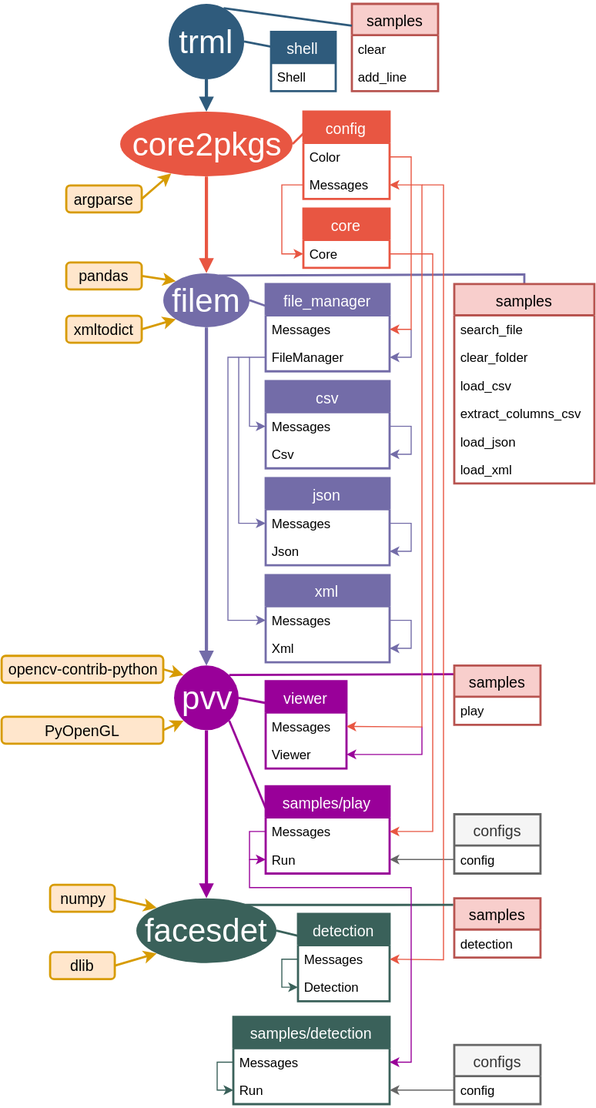
This is Package_tree.svg from DmitryRyumin/pkgs, a draw.io export, as it was before one commit. Source tidied: cells renumbered, new cells last; positions are measured from the earlier drawing's top-left corner, leaving out a move shared by most shapes.
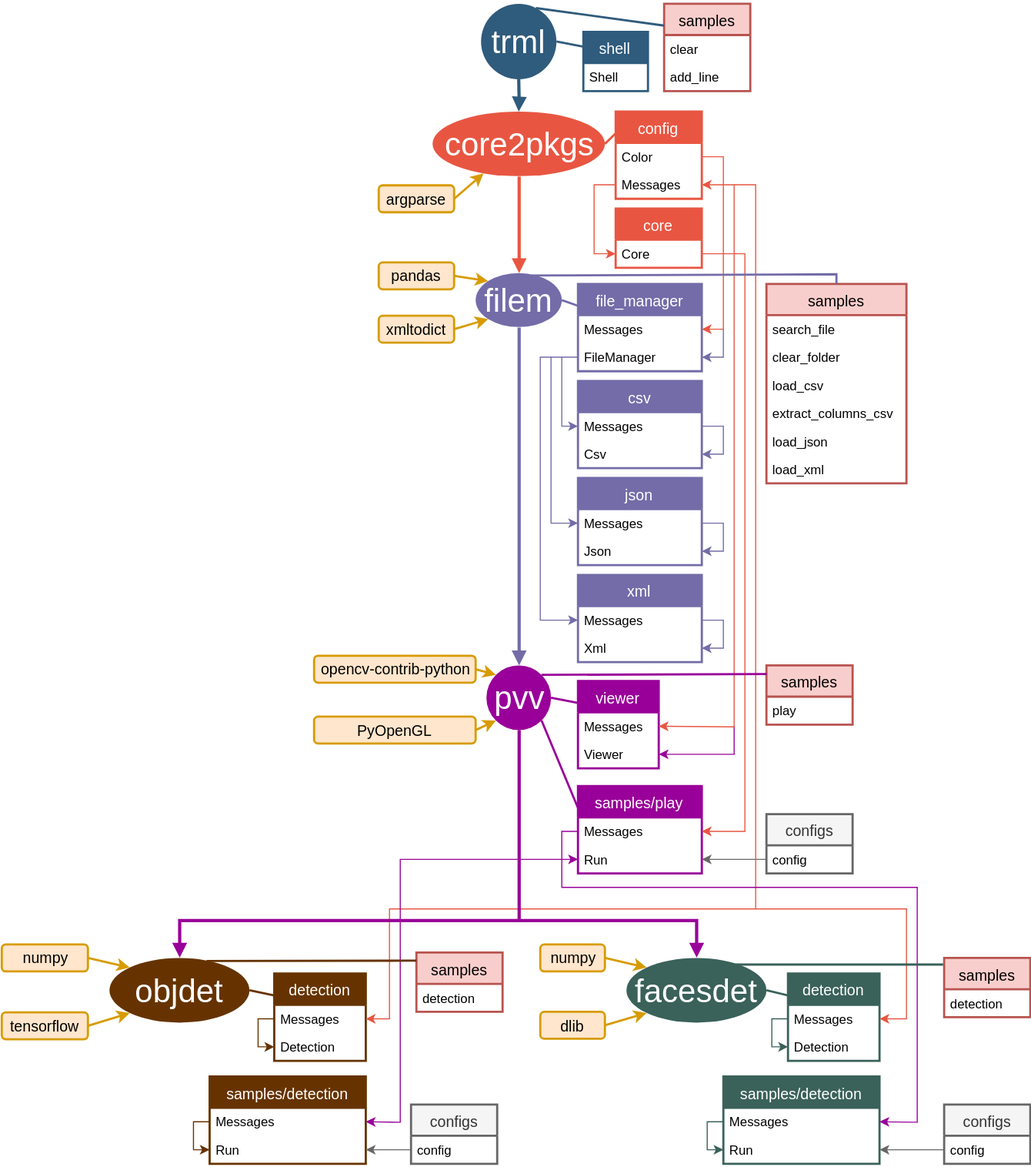
The same file after the commit.

What changed in the source:
```diff
@@ -2,16 +2,6 @@
   <root>
     <mxCell id="0" />
     <mxCell id="1" parent="0" />
-    <mxCell id="2" style="edgeStyle=none;endArrow=none;strokeWidth=2;strokeColor=#990099;html=1;entryX=1;entryY=0;entryDx=0;entryDy=0;exitX=0.003;exitY=0.146;exitDx=0;exitDy=0;rounded=1;exitPerimeter=0;" parent="1" edge="1" source="70" target="58">
-      <mxGeometry x="-579.5" y="19" as="geometry" />
-    </mxCell>
-    <mxCell id="3" style="edgeStyle=none;endArrow=none;strokeWidth=2;strokeColor=#736CA8;html=1;entryX=0.5;entryY=0;entryDx=0;entryDy=0;rounded=0;exitX=0.647;exitY=0.043;exitDx=0;exitDy=0;exitPerimeter=0;" parent="1" edge="1" source="23" target="48">
-      <mxGeometry x="-624.5" y="-85" as="geometry">
-        <Array as="points">
-          <mxPoint x="485" y="251" />
-        </Array>
-      </mxGeometry>
-    </mxCell>
     <mxCell id="4" style="edgeStyle=none;endArrow=none;strokeWidth=2;strokeColor=#2F5B7C;html=1;entryX=1;entryY=0.5;entryDx=0;entryDy=0;exitX=0;exitY=0.25;exitDx=0;exitDy=0;" parent="1" edge="1" source="8" target="6">
       <mxGeometry x="-644.5" y="-105" as="geometry" />
     </mxCell>
@@ -326,30 +316,22 @@
       </mxGeometry>
     </mxCell>
     <mxCell id="81" value="facesdet" style="ellipse;whiteSpace=wrap;html=1;shadow=0;fontFamily=Helvetica;fontSize=30;fontColor=#FFFFFF;align=center;strokeColor=none;strokeWidth=6;fillColor=#3A615A;fontStyle=0;gradientColor=none;" parent="1" vertex="1">
-      <mxGeometry x="125" y="830" width="130" height="60" as="geometry" />
+      <mxGeometry x="290" y="885.5" width="130" height="60" as="geometry" />
     </mxCell>
     <mxCell id="82" style="rounded=1;jettySize=auto;html=1;startSize=30;endArrow=classic;endFill=1;strokeColor=#D79B00;strokeWidth=2;fontSize=30;fontColor=#000000;exitX=1;exitY=0.5;exitDx=0;exitDy=0;entryX=0;entryY=0;entryDx=0;entryDy=0;" parent="1" edge="1" source="83" target="81">
       <mxGeometry relative="1" as="geometry" />
     </mxCell>
     <mxCell id="83" value="numpy" style="rounded=1;whiteSpace=wrap;html=1;shadow=0;glass=0;comic=0;strokeColor=#d79b00;strokeWidth=2;fillColor=#ffe6cc;fontSize=14;align=center;" parent="1" vertex="1">
-      <mxGeometry x="45" y="817.5" width="60" height="25" as="geometry" />
+      <mxGeometry x="210" y="873" width="60" height="25" as="geometry" />
     </mxCell>
     <mxCell id="84" style="rounded=1;jettySize=auto;html=1;startSize=30;endArrow=classic;endFill=1;strokeColor=#D79B00;strokeWidth=2;fontSize=30;fontColor=#000000;exitX=1;exitY=0.5;exitDx=0;exitDy=0;entryX=0;entryY=1;entryDx=0;entryDy=0;" parent="1" edge="1" source="85" target="81">
       <mxGeometry relative="1" as="geometry" />
     </mxCell>
     <mxCell id="85" value="dlib" style="rounded=1;whiteSpace=wrap;html=1;shadow=0;glass=0;comic=0;strokeColor=#d79b00;strokeWidth=2;fillColor=#ffe6cc;fontSize=14;align=center;" parent="1" vertex="1">
-      <mxGeometry x="45" y="880" width="60" height="25" as="geometry" />
+      <mxGeometry x="210" y="935.5" width="60" height="25" as="geometry" />
     </mxCell>
-    <mxCell id="86" style="edgeStyle=orthogonalEdgeStyle;rounded=0;jettySize=auto;html=1;startSize=30;strokeColor=#990099;strokeWidth=3;fontSize=30;fontColor=#000000;endArrow=block;endFill=1;exitX=0.5;exitY=1;exitDx=0;exitDy=0;entryX=0.5;entryY=0;entryDx=0;entryDy=0;" parent="1" edge="1" source="58" target="81">
-      <mxGeometry relative="1" as="geometry">
-        <Array as="points">
-          <mxPoint x="190" y="820" />
-          <mxPoint x="190" y="820" />
-        </Array>
-      </mxGeometry>
-    </mxCell>
     <mxCell id="87" value="detection" style="swimlane;fontStyle=0;horizontal=1;startSize=29;fillColor=#3A615A;swimlaneFillColor=#ffffff;align=center;fontSize=14;rounded=0;shadow=0;strokeWidth=2;fontColor=#FFFFFF;spacing=2;spacingTop=0;strokeColor=#3A615A;swimlaneLine=1;html=1;overflow=visible;" parent="1" vertex="1">
-      <mxGeometry x="275" y="844.5" width="85" height="81" as="geometry" />
+      <mxGeometry x="440" y="900" width="85" height="81" as="geometry" />
     </mxCell>
     <mxCell id="88" value="Messages" style="text;spacingLeft=4;spacingRight=4;overflow=hidden;points=[[0,0.5],[1,0.5]];portConstraint=eastwest;fontSize=12;perimeterSpacing=0;" parent="87" vertex="1">
       <mxGeometry y="29" width="85" height="26" as="geometry" />
@@ -366,28 +348,27 @@
       </mxGeometry>
     </mxCell>
     <mxCell id="91" style="edgeStyle=none;endArrow=none;strokeWidth=2;strokeColor=#3A615A;html=1;entryX=1;entryY=0.5;entryDx=0;entryDy=0;exitX=0;exitY=0.25;exitDx=0;exitDy=0;rounded=1;" parent="1" edge="1" source="87" target="81">
-      <mxGeometry x="-579.5" y="19" as="geometry" />
+      <mxGeometry x="-414.5" y="74.5" as="geometry" />
     </mxCell>
     <mxCell id="92" style="edgeStyle=none;endArrow=classic;strokeWidth=1;strokeColor=#E85642;html=1;rounded=0;endFill=1;entryX=1;entryY=0.5;entryDx=0;entryDy=0;" parent="1" edge="1" target="88">
       <mxGeometry x="-3189.5" y="-335" as="geometry">
         <mxPoint x="390" y="168" as="sourcePoint" />
         <Array as="points">
           <mxPoint x="410" y="168" />
-          <mxPoint x="410" y="887" />
+          <mxPoint x="410" y="840" />
+          <mxPoint x="550" y="840" />
+          <mxPoint x="550" y="942" />
         </Array>
       </mxGeometry>
     </mxCell>
     <mxCell id="93" value="samples" style="swimlane;fontStyle=0;horizontal=1;startSize=29;fillColor=#f8cecc;swimlaneFillColor=#ffffff;align=center;fontSize=14;rounded=0;shadow=0;strokeWidth=2;spacing=2;spacingTop=0;strokeColor=#B85450;swimlaneLine=1;html=1;overflow=visible;" parent="1" vertex="1">
-      <mxGeometry x="420" y="830" width="80" height="55" as="geometry" />
+      <mxGeometry x="585" y="885.5" width="80" height="55" as="geometry" />
     </mxCell>
     <mxCell id="94" value="detection" style="text;spacingLeft=4;spacingRight=4;overflow=hidden;fontSize=12;perimeterSpacing=0;" parent="93" vertex="1">
       <mxGeometry y="29" width="80" height="26" as="geometry" />
     </mxCell>
-    <mxCell id="95" style="edgeStyle=none;endArrow=none;strokeWidth=2;strokeColor=#3A615A;html=1;entryX=0.781;entryY=0.102;entryDx=0;entryDy=0;exitX=-0.012;exitY=0.111;exitDx=0;exitDy=0;rounded=1;exitPerimeter=0;entryPerimeter=0;" parent="1" edge="1" source="93" target="81">
-      <mxGeometry x="-569.5" y="29" as="geometry" />
-    </mxCell>
     <mxCell id="96" value="samples/detection" style="swimlane;fontStyle=0;horizontal=1;startSize=29;fillColor=#3A615A;swimlaneFillColor=#ffffff;align=center;fontSize=14;rounded=0;shadow=0;strokeWidth=2;fontColor=#FFFFFF;spacing=2;spacingTop=0;strokeColor=#3A615A;swimlaneLine=1;html=1;overflow=visible;" parent="1" vertex="1">
-      <mxGeometry x="215" y="940" width="145" height="81" as="geometry" />
+      <mxGeometry x="380" y="995.5" width="145" height="81" as="geometry" />
     </mxCell>
     <mxCell id="97" value="Messages" style="text;spacingLeft=4;spacingRight=4;overflow=hidden;points=[[0,0.5],[1,0.5]];portConstraint=eastwest;fontSize=12;perimeterSpacing=0;" parent="96" vertex="1">
       <mxGeometry y="29" width="145" height="26" as="geometry" />
@@ -404,23 +385,144 @@
       </mxGeometry>
     </mxCell>
     <mxCell id="100" value="configs" style="swimlane;fontStyle=0;horizontal=1;startSize=29;fillColor=#f5f5f5;swimlaneFillColor=#ffffff;align=center;fontSize=14;rounded=0;shadow=0;strokeWidth=2;spacing=2;spacingTop=0;strokeColor=#666666;swimlaneLine=1;html=1;overflow=visible;fontColor=#333333;" parent="1" vertex="1">
-      <mxGeometry x="420" y="966" width="80" height="55" as="geometry" />
+      <mxGeometry x="585" y="1021.5" width="80" height="55" as="geometry" />
     </mxCell>
     <mxCell id="101" value="config" style="text;spacingLeft=4;spacingRight=4;overflow=hidden;points=[[0,0.5],[1,0.5]];portConstraint=eastwest;fontSize=12;perimeterSpacing=0;" parent="100" vertex="1">
       <mxGeometry y="29" width="80" height="26" as="geometry" />
     </mxCell>
     <mxCell id="102" style="edgeStyle=none;endArrow=classic;strokeWidth=1;strokeColor=#666666;html=1;rounded=0;endFill=1;exitX=0;exitY=0.5;exitDx=0;exitDy=0;entryX=1;entryY=0.5;entryDx=0;entryDy=0;" parent="1" edge="1" source="101" target="98">
-      <mxGeometry x="-4414.5" y="-757" as="geometry" />
+      <mxGeometry x="-4249.5" y="-701.5" as="geometry" />
     </mxCell>
     <mxCell id="103" style="edgeStyle=none;endArrow=classic;strokeWidth=1;strokeColor=#990099;html=1;entryX=1;entryY=0.5;entryDx=0;entryDy=0;rounded=0;endFill=1;" parent="1" edge="1" target="97">
       <mxGeometry x="-4494.5" y="-975" as="geometry">
         <mxPoint x="230" y="794" as="sourcePoint" />
         <Array as="points">
           <mxPoint x="230" y="820" />
-          <mxPoint x="380" y="820" />
-          <mxPoint x="380" y="982" />
+          <mxPoint x="560" y="820" />
+          <mxPoint x="560" y="1038" />
         </Array>
       </mxGeometry>
     </mxCell>
+    <mxCell id="104" value="objdet" style="ellipse;whiteSpace=wrap;html=1;shadow=0;fontFamily=Helvetica;fontSize=30;fontColor=#FFFFFF;align=center;strokeColor=none;strokeWidth=6;fillColor=#663300;fontStyle=0;gradientColor=none;" parent="1" vertex="1">
+      <mxGeometry x="-190" y="885.5" width="130" height="60" as="geometry" />
+    </mxCell>
+    <mxCell id="3" style="edgeStyle=none;endArrow=none;strokeWidth=2;strokeColor=#736CA8;html=1;entryX=0.5;entryY=0;entryDx=0;entryDy=0;rounded=0;exitX=0.647;exitY=0.043;exitDx=0;exitDy=0;exitPerimeter=0;" parent="1" edge="1" source="23" target="48">
+      <mxGeometry x="-624.5" y="-85" as="geometry">
+        <Array as="points">
+          <mxPoint x="485" y="251" />
+        </Array>
+      </mxGeometry>
+    </mxCell>
+    <mxCell id="2" style="edgeStyle=none;endArrow=none;strokeWidth=2;strokeColor=#990099;html=1;entryX=1;entryY=0;entryDx=0;entryDy=0;exitX=0.003;exitY=0.146;exitDx=0;exitDy=0;rounded=1;exitPerimeter=0;" parent="1" edge="1" source="70" target="58">
+      <mxGeometry x="-579.5" y="19" as="geometry" />
+    </mxCell>
+    <mxCell id="95" style="edgeStyle=none;endArrow=none;strokeWidth=2;strokeColor=#3A615A;html=1;entryX=0.781;entryY=0.102;entryDx=0;entryDy=0;exitX=-0.012;exitY=0.111;exitDx=0;exitDy=0;rounded=1;exitPerimeter=0;entryPerimeter=0;" parent="1" edge="1" source="93" target="81">
+      <mxGeometry x="-404.5" y="84.5" as="geometry" />
+    </mxCell>
+    <mxCell id="105" value="detection" style="swimlane;fontStyle=0;horizontal=1;startSize=29;fillColor=#663300;swimlaneFillColor=#ffffff;align=center;fontSize=14;rounded=0;shadow=0;strokeWidth=2;fontColor=#FFFFFF;spacing=2;spacingTop=0;strokeColor=#663300;swimlaneLine=1;html=1;overflow=visible;" parent="1" vertex="1">
+      <mxGeometry x="-37" y="900" width="85" height="81" as="geometry" />
+    </mxCell>
+    <mxCell id="106" value="Messages" style="text;spacingLeft=4;spacingRight=4;overflow=hidden;points=[[0,0.5],[1,0.5]];portConstraint=eastwest;fontSize=12;perimeterSpacing=0;" parent="105" vertex="1">
+      <mxGeometry y="29" width="85" height="26" as="geometry" />
+    </mxCell>
+    <mxCell id="107" value="Detection" style="text;spacingLeft=4;spacingRight=4;overflow=hidden;points=[[0,0.5],[1,0.5]];portConstraint=eastwest;fontSize=12;perimeterSpacing=0;" parent="105" vertex="1">
+      <mxGeometry y="55" width="85" height="26" as="geometry" />
+    </mxCell>
+    <mxCell id="108" style="edgeStyle=none;endArrow=classic;strokeWidth=1;strokeColor=#663300;html=1;rounded=0;endFill=1;exitX=0;exitY=0.5;exitDx=0;exitDy=0;entryX=0;entryY=0.5;entryDx=0;entryDy=0;" parent="105" edge="1" source="106" target="107">
+      <mxGeometry x="-7094.5" y="-2531" as="geometry">
+        <Array as="points">
+          <mxPoint x="-15" y="42" />
+          <mxPoint x="-15" y="68" />
+        </Array>
+      </mxGeometry>
+    </mxCell>
+    <mxCell id="109" style="edgeStyle=none;endArrow=none;strokeWidth=2;strokeColor=#663300;html=1;entryX=1;entryY=0.5;entryDx=0;entryDy=0;exitX=0;exitY=0.25;exitDx=0;exitDy=0;rounded=1;" parent="1" edge="1" source="105" target="104">
+      <mxGeometry x="-466.5" y="84.5" as="geometry" />
+    </mxCell>
+    <mxCell id="110" style="edgeStyle=none;endArrow=classic;strokeWidth=1;strokeColor=#E85642;html=1;rounded=0;endFill=1;entryX=1;entryY=0.5;entryDx=0;entryDy=0;" parent="1" edge="1" target="106">
+      <mxGeometry x="-4724.5" y="-868" as="geometry">
+        <mxPoint x="410" y="840" as="sourcePoint" />
+        <Array as="points">
+          <mxPoint x="70" y="840" />
+          <mxPoint x="70" y="942" />
+        </Array>
+      </mxGeometry>
+    </mxCell>
+    <mxCell id="86" style="edgeStyle=orthogonalEdgeStyle;rounded=0;jettySize=auto;html=1;startSize=30;strokeColor=#990099;strokeWidth=3;fontSize=30;fontColor=#000000;endArrow=block;endFill=1;exitX=0.5;exitY=1;exitDx=0;exitDy=0;entryX=0.5;entryY=0;entryDx=0;entryDy=0;" parent="1" edge="1" source="58" target="81">
+      <mxGeometry relative="1" as="geometry">
+        <Array as="points">
+          <mxPoint x="190" y="851" />
+          <mxPoint x="355" y="851" />
+        </Array>
+      </mxGeometry>
+    </mxCell>
+    <mxCell id="111" value="samples/detection" style="swimlane;fontStyle=0;horizontal=1;startSize=29;fillColor=#663300;swimlaneFillColor=#ffffff;align=center;fontSize=14;rounded=0;shadow=0;strokeWidth=2;fontColor=#FFFFFF;spacing=2;spacingTop=0;strokeColor=#663300;swimlaneLine=1;html=1;overflow=visible;" parent="1" vertex="1">
+      <mxGeometry x="-97" y="995.5" width="145" height="81" as="geometry" />
+    </mxCell>
+    <mxCell id="112" value="Messages" style="text;spacingLeft=4;spacingRight=4;overflow=hidden;points=[[0,0.5],[1,0.5]];portConstraint=eastwest;fontSize=12;perimeterSpacing=0;" parent="111" vertex="1">
+      <mxGeometry y="29" width="145" height="26" as="geometry" />
+    </mxCell>
+    <mxCell id="113" value="Run" style="text;spacingLeft=4;spacingRight=4;overflow=hidden;points=[[0,0.5],[1,0.5]];portConstraint=eastwest;fontSize=12;perimeterSpacing=0;" parent="111" vertex="1">
+      <mxGeometry y="55" width="145" height="26" as="geometry" />
+    </mxCell>
+    <mxCell id="114" style="edgeStyle=none;endArrow=classic;strokeWidth=1;strokeColor=#663300;html=1;rounded=0;endFill=1;exitX=0;exitY=0.5;exitDx=0;exitDy=0;entryX=0;entryY=0.5;entryDx=0;entryDy=0;" parent="111" edge="1" source="112" target="113">
+      <mxGeometry x="-7094.5" y="-2531" as="geometry">
+        <Array as="points">
+          <mxPoint x="-15" y="42" />
+          <mxPoint x="-15" y="68" />
+        </Array>
+      </mxGeometry>
+    </mxCell>
+    <mxCell id="115" style="edgeStyle=none;endArrow=classic;strokeWidth=1;strokeColor=#990099;html=1;entryX=1;entryY=0.5;entryDx=0;entryDy=0;rounded=0;endFill=1;" parent="1" edge="1" target="112">
+      <mxGeometry x="-4484.5" y="-965" as="geometry">
+        <mxPoint x="230" y="794" as="sourcePoint" />
+        <Array as="points">
+          <mxPoint x="200" y="794" />
+          <mxPoint x="80" y="794" />
+          <mxPoint x="80" y="1038" />
+        </Array>
+      </mxGeometry>
+    </mxCell>
+    <mxCell id="116" value="samples" style="swimlane;fontStyle=0;horizontal=1;startSize=29;fillColor=#f8cecc;swimlaneFillColor=#ffffff;align=center;fontSize=14;rounded=0;shadow=0;strokeWidth=2;spacing=2;spacingTop=0;strokeColor=#B85450;swimlaneLine=1;html=1;overflow=visible;" parent="1" vertex="1">
+      <mxGeometry x="95" y="880.5" width="80" height="55" as="geometry" />
+    </mxCell>
+    <mxCell id="117" value="detection" style="text;spacingLeft=4;spacingRight=4;overflow=hidden;fontSize=12;perimeterSpacing=0;" parent="116" vertex="1">
+      <mxGeometry y="29" width="80" height="26" as="geometry" />
+    </mxCell>
+    <mxCell id="118" style="edgeStyle=orthogonalEdgeStyle;rounded=0;jettySize=auto;html=1;startSize=30;strokeColor=#990099;strokeWidth=3;fontSize=30;fontColor=#000000;endArrow=block;endFill=1;entryX=0.5;entryY=0;entryDx=0;entryDy=0;" parent="1" edge="1" target="104">
+      <mxGeometry relative="1" as="geometry">
+        <mxPoint x="190" y="851" as="sourcePoint" />
+        <Array as="points">
+          <mxPoint x="-125" y="851" />
+        </Array>
+      </mxGeometry>
+    </mxCell>
+    <mxCell id="119" style="edgeStyle=none;endArrow=none;strokeWidth=2;strokeColor=#663300;html=1;entryX=0.678;entryY=0.048;entryDx=0;entryDy=0;rounded=1;entryPerimeter=0;" parent="1" edge="1">
+      <mxGeometry x="-876.5" y="53" as="geometry">
+        <mxPoint x="95" y="888" as="sourcePoint" />
+        <mxPoint x="-99.9" y="888.4" as="targetPoint" />
+      </mxGeometry>
+    </mxCell>
+    <mxCell id="120" value="configs" style="swimlane;fontStyle=0;horizontal=1;startSize=29;fillColor=#f5f5f5;swimlaneFillColor=#ffffff;align=center;fontSize=14;rounded=0;shadow=0;strokeWidth=2;spacing=2;spacingTop=0;strokeColor=#666666;swimlaneLine=1;html=1;overflow=visible;fontColor=#333333;" parent="1" vertex="1">
+      <mxGeometry x="90" y="1021.5" width="80" height="55" as="geometry" />
+    </mxCell>
+    <mxCell id="121" value="config" style="text;spacingLeft=4;spacingRight=4;overflow=hidden;points=[[0,0.5],[1,0.5]];portConstraint=eastwest;fontSize=12;perimeterSpacing=0;" parent="120" vertex="1">
+      <mxGeometry y="29" width="80" height="26" as="geometry" />
+    </mxCell>
+    <mxCell id="122" style="edgeStyle=none;endArrow=classic;strokeWidth=1;strokeColor=#666666;html=1;rounded=0;endFill=1;exitX=0;exitY=0.5;exitDx=0;exitDy=0;entryX=1;entryY=0.5;entryDx=0;entryDy=0;" parent="1" edge="1" source="121" target="113">
+      <mxGeometry x="-4726.5" y="-713" as="geometry" />
+    </mxCell>
+    <mxCell id="123" style="rounded=1;jettySize=auto;html=1;startSize=30;endArrow=classic;endFill=1;strokeColor=#D79B00;strokeWidth=2;fontSize=30;fontColor=#000000;exitX=1;exitY=0.5;exitDx=0;exitDy=0;entryX=0;entryY=0;entryDx=0;entryDy=0;" parent="1" edge="1" source="124" target="104">
+      <mxGeometry relative="1" as="geometry" />
+    </mxCell>
+    <mxCell id="124" value="numpy" style="rounded=1;whiteSpace=wrap;html=1;shadow=0;glass=0;comic=0;strokeColor=#d79b00;strokeWidth=2;fillColor=#ffe6cc;fontSize=14;align=center;" parent="1" vertex="1">
+      <mxGeometry x="-290" y="873" width="80" height="25" as="geometry" />
+    </mxCell>
+    <mxCell id="125" style="rounded=1;jettySize=auto;html=1;startSize=30;endArrow=classic;endFill=1;strokeColor=#D79B00;strokeWidth=2;fontSize=30;fontColor=#000000;exitX=1;exitY=0.5;exitDx=0;exitDy=0;entryX=0;entryY=1;entryDx=0;entryDy=0;" parent="1" edge="1" source="126" target="104">
+      <mxGeometry relative="1" as="geometry" />
+    </mxCell>
+    <mxCell id="126" value="tensorflow" style="rounded=1;whiteSpace=wrap;html=1;shadow=0;glass=0;comic=0;strokeColor=#d79b00;strokeWidth=2;fillColor=#ffe6cc;fontSize=14;align=center;" parent="1" vertex="1">
+      <mxGeometry x="-290" y="936" width="80" height="25" as="geometry" />
+    </mxCell>
   </root>
 </mxGraphModel>
```
